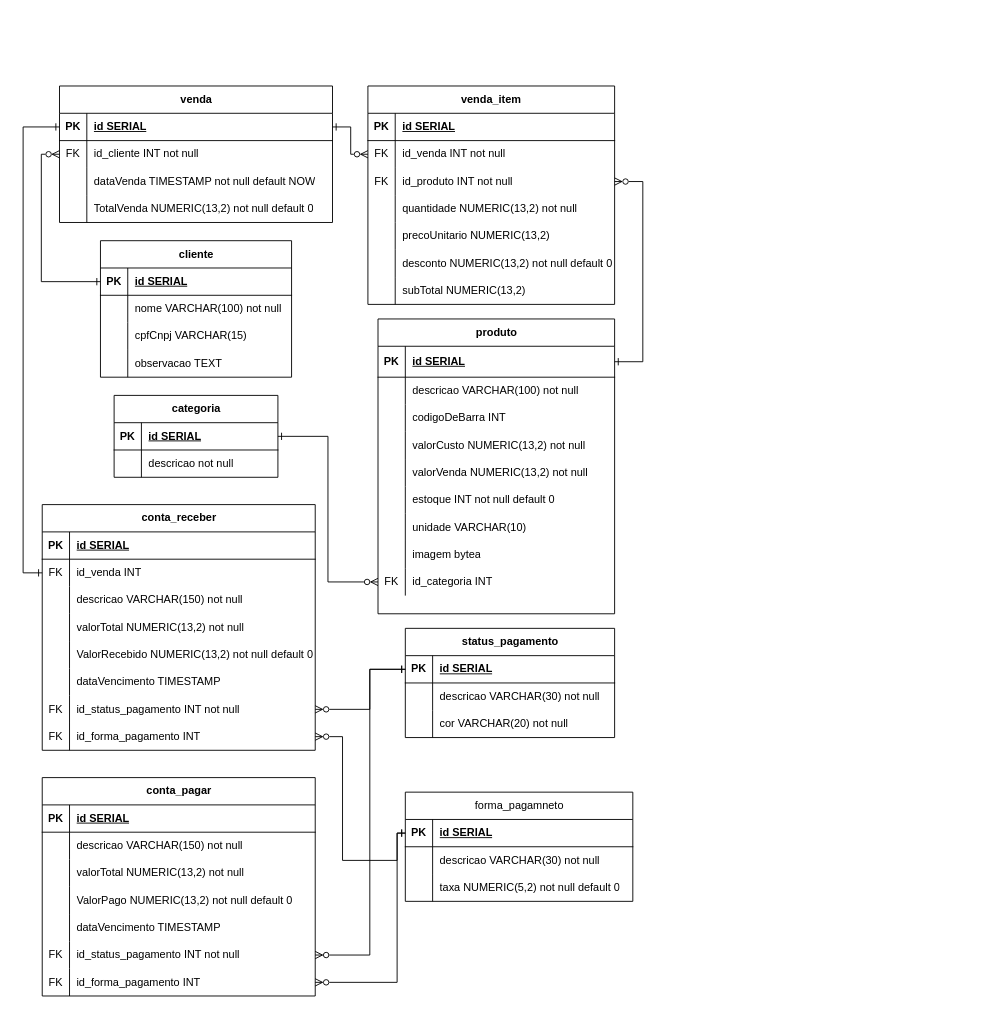
The draw.io diagram MyBusiness-Sales-Manager.drawio in Caique-Rawos/MyBusiness-Sales-Manager, before the edit. Source tidied: cells renumbered, new cells numbered last; positions are measured from the earlier drawing's top-left corner, leaving out a move shared by most shapes. Both pictures are drawn from the tidied source at 91%, with x=0, y=0 at pixel (23, 86).
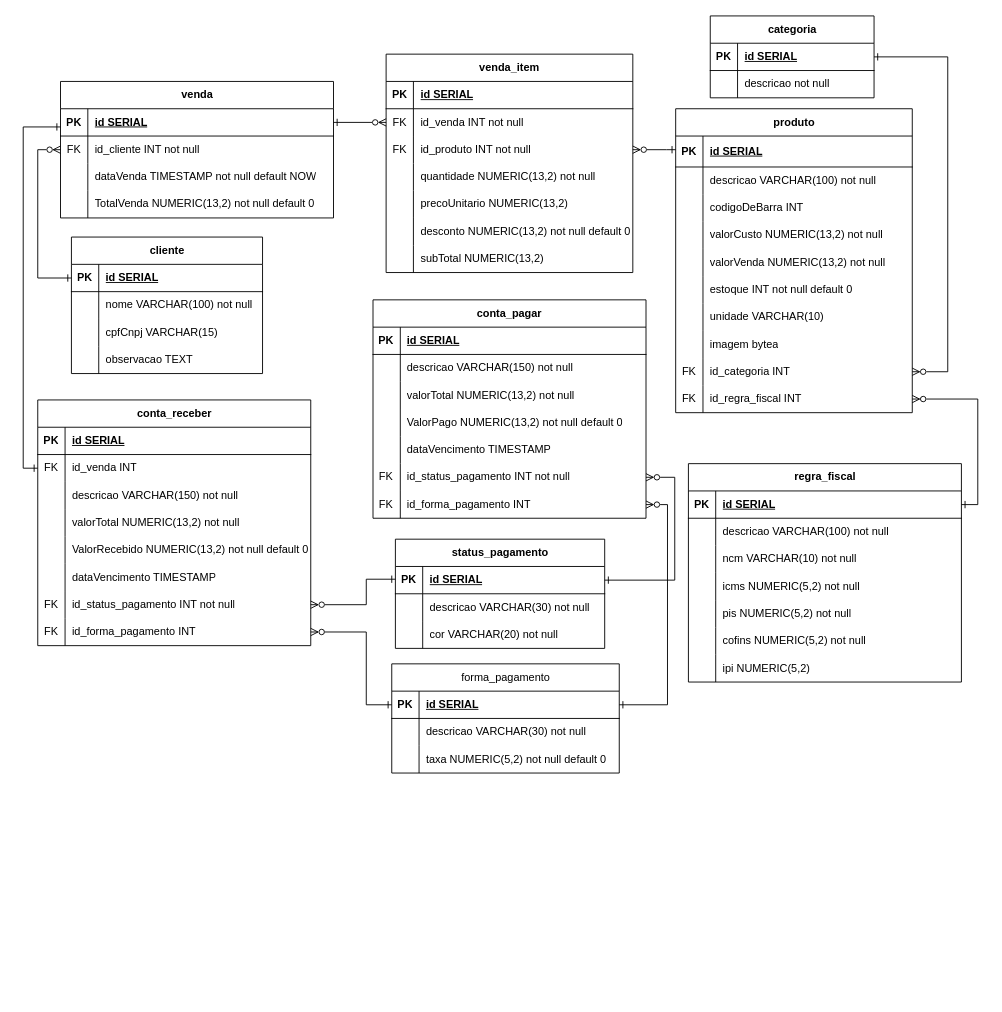
The same diagram, later.

Unchanged cells that the change refers to:
```xml
<mxCell id="3" style="shape=tableRow;horizontal=0;startSize=0;swimlaneHead=0;swimlaneBody=0;fillColor=none;points=[[0,0.5],[1,0.5]];portConstraint=eastwest;top=0;left=0;right=0;bottom=1;" parent="2" vertex="1">
  <mxGeometry y="30" width="260" height="34" as="geometry" />
</mxCell>
<mxCell id="27" style="shape=tableRow;horizontal=0;startSize=0;swimlaneHead=0;swimlaneBody=0;fillColor=none;points=[[0,0.5],[1,0.5]];portConstraint=eastwest;top=0;left=0;right=0;bottom=0;" parent="2" vertex="1">
  <mxGeometry y="274" width="260" height="30" as="geometry" />
</mxCell>
<mxCell id="31" style="shape=tableRow;horizontal=0;startSize=0;swimlaneHead=0;swimlaneBody=0;fillColor=none;points=[[0,0.5],[1,0.5]];portConstraint=eastwest;top=0;left=0;right=0;bottom=1;" parent="30" vertex="1">
  <mxGeometry y="30" width="180" height="30" as="geometry" />
</mxCell>
<mxCell id="39" style="shape=tableRow;horizontal=0;startSize=0;swimlaneHead=0;swimlaneBody=0;fillColor=none;points=[[0,0.5],[1,0.5]];portConstraint=eastwest;top=0;left=0;right=0;bottom=1;" parent="38" vertex="1">
  <mxGeometry y="30" width="300" height="30" as="geometry" />
</mxCell>
<mxCell id="42" style="shape=tableRow;horizontal=0;startSize=0;swimlaneHead=0;swimlaneBody=0;fillColor=none;points=[[0,0.5],[1,0.5]];portConstraint=eastwest;top=0;left=0;right=0;bottom=0;" parent="38" vertex="1">
  <mxGeometry y="60" width="300" height="30" as="geometry" />
</mxCell>
<mxCell id="55" style="shape=tableRow;horizontal=0;startSize=0;swimlaneHead=0;swimlaneBody=0;fillColor=none;points=[[0,0.5],[1,0.5]];portConstraint=eastwest;top=0;left=0;right=0;bottom=0;" parent="51" vertex="1">
  <mxGeometry y="60" width="271.1" height="30" as="geometry" />
</mxCell>
<mxCell id="58" style="shape=tableRow;horizontal=0;startSize=0;swimlaneHead=0;swimlaneBody=0;fillColor=none;points=[[0,0.5],[1,0.5]];portConstraint=eastwest;top=0;left=0;right=0;bottom=0;" parent="51" vertex="1">
  <mxGeometry y="90" width="271.1" height="30" as="geometry" />
</mxCell>
<mxCell id="76" style="shape=tableRow;horizontal=0;startSize=0;swimlaneHead=0;swimlaneBody=0;fillColor=none;points=[[0,0.5],[1,0.5]];portConstraint=eastwest;top=0;left=0;right=0;bottom=1;" parent="75" vertex="1">
  <mxGeometry y="30" width="210" height="30" as="geometry" />
</mxCell>
<mxCell id="93" style="shape=tableRow;horizontal=0;startSize=0;swimlaneHead=0;swimlaneBody=0;fillColor=none;points=[[0,0.5],[1,0.5]];portConstraint=eastwest;top=0;left=0;right=0;bottom=0;" parent="89" vertex="1">
  <mxGeometry y="60" width="300" height="30" as="geometry" />
</mxCell>
<mxCell id="108" style="shape=tableRow;horizontal=0;startSize=0;swimlaneHead=0;swimlaneBody=0;fillColor=none;points=[[0,0.5],[1,0.5]];portConstraint=eastwest;top=0;left=0;right=0;bottom=0;" parent="89" vertex="1">
  <mxGeometry y="210" width="300" height="30" as="geometry" />
</mxCell>
<mxCell id="111" style="shape=tableRow;horizontal=0;startSize=0;swimlaneHead=0;swimlaneBody=0;fillColor=none;points=[[0,0.5],[1,0.5]];portConstraint=eastwest;top=0;left=0;right=0;bottom=0;" parent="89" vertex="1">
  <mxGeometry y="240" width="300" height="30" as="geometry" />
</mxCell>
<mxCell id="115" style="shape=tableRow;horizontal=0;startSize=0;swimlaneHead=0;swimlaneBody=0;fillColor=none;points=[[0,0.5],[1,0.5]];portConstraint=eastwest;top=0;left=0;right=0;bottom=1;" parent="114" vertex="1">
  <mxGeometry y="30" width="230" height="30" as="geometry" />
</mxCell>
<mxCell id="126" style="shape=tableRow;horizontal=0;startSize=0;swimlaneHead=0;swimlaneBody=0;fillColor=none;points=[[0,0.5],[1,0.5]];portConstraint=eastwest;top=0;left=0;right=0;bottom=1;" parent="125" vertex="1">
  <mxGeometry y="30" width="250" height="30" as="geometry" />
</mxCell>
<mxCell id="152" style="shape=tableRow;horizontal=0;startSize=0;swimlaneHead=0;swimlaneBody=0;fillColor=none;points=[[0,0.5],[1,0.5]];portConstraint=eastwest;top=0;left=0;right=0;bottom=0;" parent="136" vertex="1">
  <mxGeometry y="180" width="300" height="30" as="geometry" />
</mxCell>
<mxCell id="155" style="shape=tableRow;horizontal=0;startSize=0;swimlaneHead=0;swimlaneBody=0;fillColor=none;points=[[0,0.5],[1,0.5]];portConstraint=eastwest;top=0;left=0;right=0;bottom=0;" parent="136" vertex="1">
  <mxGeometry y="210" width="300" height="30" as="geometry" />
</mxCell>
```

Change to the diagram source:
```diff
@@
     <mxCell id="2" value="produto" style="shape=table;startSize=30;childLayout=tableLayout;rowLines=0;fontStyle=1;align=center;html=1;" parent="1" vertex="1">
-      <mxGeometry x="389.9" y="256" width="260" height="324" as="geometry" />
+      <mxGeometry x="717" y="25" width="260" height="334" as="geometry" />
     </mxCell>
@@
+    <mxCell id="161" style="shape=tableRow;horizontal=0;startSize=0;swimlaneHead=0;swimlaneBody=0;fillColor=none;points=[[0,0.5],[1,0.5]];portConstraint=eastwest;top=0;left=0;right=0;bottom=0;" parent="2" vertex="1">
+      <mxGeometry y="304" width="260" height="30" as="geometry" />
+    </mxCell>
+    <mxCell id="162" value="FK" style="shape=partialRectangle;fillColor=none;top=0;left=0;bottom=0;right=0;overflow=hidden;whiteSpace=wrap;html=1;" parent="161" vertex="1">
+      <mxGeometry width="30" height="30" as="geometry" />
+    </mxCell>
+    <mxCell id="163" value="id_regra_fiscal INT" style="shape=partialRectangle;fillColor=none;top=0;left=0;bottom=0;right=0;align=left;spacingLeft=6;overflow=hidden;whiteSpace=wrap;html=1;" parent="161" vertex="1">
+      <mxGeometry x="30" width="230" height="30" as="geometry" />
+    </mxCell>
     <mxCell id="30" value="categoria" style="shape=table;startSize=30;childLayout=tableLayout;rowLines=0;fontStyle=1;align=center;html=1;" parent="1" vertex="1">
-      <mxGeometry x="99.9" y="340" width="180" height="90" as="geometry" />
+      <mxGeometry x="755" y="-77" width="180" height="90" as="geometry" />
     </mxCell>
@@
     <mxCell id="37" style="edgeStyle=orthogonalEdgeStyle;rounded=0;jettySize=auto;html=1;endArrow=ERzeroToMany;endFill=0;startArrow=ERone;startFill=0;" parent="1" edge="1" source="31" target="27">
-      <mxGeometry relative="1" as="geometry" />
+      <mxGeometry relative="1" as="geometry">
+        <Array as="points">
+          <mxPoint x="1016" y="-32" />
+          <mxPoint x="1016" y="314" />
+        </Array>
+      </mxGeometry>
     </mxCell>
     <mxCell id="38" value="venda" style="shape=table;startSize=30;childLayout=tableLayout;rowLines=0;fontStyle=1;align=center;html=1;" parent="1" vertex="1">
-      <mxGeometry x="39.9" width="300" height="150" as="geometry" />
+      <mxGeometry x="41" y="-5" width="300" height="150" as="geometry" />
     </mxCell>
@@
     <mxCell id="51" value="venda_item" style="shape=table;startSize=30;childLayout=tableLayout;rowLines=0;fontStyle=1;align=center;html=1;" parent="1" vertex="1">
-      <mxGeometry x="378.8" width="271.1" height="240" as="geometry" />
+      <mxGeometry x="398.8" y="-35" width="271.1" height="240" as="geometry" />
     </mxCell>
@@
-    <mxCell id="73" style="edgeStyle=orthogonalEdgeStyle;rounded=0;jettySize=auto;html=1;entryX=0;entryY=0.5;entryDx=0;entryDy=0;startArrow=ERone;startFill=0;endArrow=ERzeroToMany;endFill=0;" parent="1" edge="1" source="39" target="55">
+    <mxCell id="73" style="edgeStyle=orthogonalEdgeStyle;rounded=0;jettySize=auto;html=1;startArrow=ERone;startFill=0;endArrow=ERzeroToMany;endFill=0;" parent="1" edge="1" source="39" target="55">
       <mxGeometry relative="1" as="geometry" />
     </mxCell>
-    <mxCell id="74" style="edgeStyle=orthogonalEdgeStyle;rounded=0;jettySize=auto;html=1;entryX=1;entryY=0.5;entryDx=0;entryDy=0;startArrow=ERone;startFill=0;endArrow=ERzeroToMany;endFill=0;exitX=1;exitY=0.5;exitDx=0;exitDy=0;" parent="1" edge="1" source="3" target="58">
+    <mxCell id="74" style="edgeStyle=orthogonalEdgeStyle;rounded=0;jettySize=auto;html=1;startArrow=ERone;startFill=0;endArrow=ERzeroToMany;endFill=0;" parent="1" edge="1" source="3" target="58">
       <mxGeometry relative="1" as="geometry">
         <Array as="points">
-          <mxPoint x="680.9" y="303" />
-          <mxPoint x="680.9" y="105" />
+          <mxPoint x="707" y="70" />
+          <mxPoint x="707" y="70" />
         </Array>
       </mxGeometry>
     </mxCell>
     <mxCell id="75" value="cliente" style="shape=table;startSize=30;childLayout=tableLayout;rowLines=0;fontStyle=1;align=center;html=1;" parent="1" vertex="1">
-      <mxGeometry x="84.9" y="170" width="210" height="150" as="geometry" />
+      <mxGeometry x="53" y="166" width="210" height="150" as="geometry" />
     </mxCell>
@@
-    <mxCell id="88" style="edgeStyle=orthogonalEdgeStyle;rounded=0;jettySize=auto;html=1;entryX=0;entryY=0.5;entryDx=0;entryDy=0;startArrow=ERone;startFill=0;endArrow=ERzeroToMany;endFill=0;" parent="1" edge="1" source="76" target="42">
-      <mxGeometry relative="1" as="geometry" />
+    <mxCell id="88" style="edgeStyle=orthogonalEdgeStyle;rounded=0;jettySize=auto;html=1;startArrow=ERone;startFill=0;endArrow=ERzeroToMany;endFill=0;exitX=0;exitY=0.5;exitDx=0;exitDy=0;entryX=0;entryY=0.5;entryDx=0;entryDy=0;" parent="1" edge="1" source="76" target="42">
+      <mxGeometry relative="1" as="geometry">
+        <Array as="points">
+          <mxPoint x="16" y="211" />
+          <mxPoint x="16" y="70" />
+        </Array>
+      </mxGeometry>
     </mxCell>
     <mxCell id="89" value="conta_receber" style="shape=table;startSize=30;childLayout=tableLayout;rowLines=0;fontStyle=1;align=center;html=1;" parent="1" vertex="1">
-      <mxGeometry x="20.9" y="460" width="300" height="270" as="geometry" />
+      <mxGeometry x="16" y="345" width="300" height="270" as="geometry" />
     </mxCell>
@@
     <mxCell id="114" value="status_pagamento" style="shape=table;startSize=30;childLayout=tableLayout;rowLines=0;fontStyle=1;align=center;html=1;" parent="1" vertex="1">
-      <mxGeometry x="419.9" y="596" width="230" height="120" as="geometry" />
+      <mxGeometry x="409" y="498" width="230" height="120" as="geometry" />
     </mxCell>
@@
     <mxCell id="124" style="edgeStyle=orthogonalEdgeStyle;rounded=0;jettySize=auto;html=1;entryX=1;entryY=0.5;entryDx=0;entryDy=0;startArrow=ERone;startFill=0;endArrow=ERzeroToMany;endFill=0;" parent="1" edge="1" source="115" target="108">
       <mxGeometry relative="1" as="geometry">
         <Array as="points">
-          <mxPoint x="380.9" y="641" />
-          <mxPoint x="380.9" y="685" />
+          <mxPoint x="377" y="542" />
+          <mxPoint x="377" y="570" />
         </Array>
       </mxGeometry>
     </mxCell>
-    <mxCell id="125" value="forma_pagamneto" style="shape=table;startSize=30;childLayout=tableLayout;rowLines=0;fontStyle=0;align=center;html=1;" parent="1" vertex="1">
-      <mxGeometry x="419.9" y="776" width="250" height="120" as="geometry" />
+    <mxCell id="125" value="forma_pagamento" style="shape=table;startSize=30;childLayout=tableLayout;rowLines=0;fontStyle=0;align=center;html=1;" parent="1" vertex="1">
+      <mxGeometry x="405" y="635" width="250" height="120" as="geometry" />
     </mxCell>
@@
     <mxCell id="135" style="edgeStyle=orthogonalEdgeStyle;rounded=0;jettySize=auto;html=1;startArrow=ERone;startFill=0;endArrow=ERzeroToMany;endFill=0;entryX=1;entryY=0.5;entryDx=0;entryDy=0;" parent="1" edge="1" source="126" target="111">
       <mxGeometry relative="1" as="geometry">
         <Array as="points">
-          <mxPoint x="410.9" y="821" />
-          <mxPoint x="410.9" y="851" />
-          <mxPoint x="350.9" y="851" />
-          <mxPoint x="350.9" y="715" />
+          <mxPoint x="377" y="680" />
+          <mxPoint x="377" y="600" />
         </Array>
       </mxGeometry>
     </mxCell>
     <mxCell id="136" value="conta_pagar" style="shape=table;startSize=30;childLayout=tableLayout;rowLines=0;fontStyle=1;align=center;html=1;" parent="1" vertex="1">
-      <mxGeometry x="20.9" y="760" width="300" height="240" as="geometry" />
+      <mxGeometry x="384.4" y="235" width="300" height="240" as="geometry" />
     </mxCell>
@@
     <mxCell id="158" style="edgeStyle=orthogonalEdgeStyle;rounded=0;jettySize=auto;html=1;entryX=1;entryY=0.5;entryDx=0;entryDy=0;endArrow=ERzeroToMany;endFill=0;startArrow=ERone;startFill=0;" parent="1" edge="1" source="126" target="155">
       <mxGeometry relative="1" as="geometry">
         <Array as="points">
-          <mxPoint x="410.9" y="821" />
-          <mxPoint x="410.9" y="985" />
+          <mxPoint x="708" y="680" />
+          <mxPoint x="708" y="460" />
         </Array>
       </mxGeometry>
     </mxCell>
-    <mxCell id="159" style="edgeStyle=orthogonalEdgeStyle;rounded=0;jettySize=auto;html=1;startArrow=ERone;startFill=0;endArrow=ERzeroToMany;endFill=0;entryX=1;entryY=0.5;entryDx=0;entryDy=0;" parent="1" edge="1" source="115" target="152">
+    <mxCell id="159" style="edgeStyle=orthogonalEdgeStyle;rounded=0;jettySize=auto;html=1;startArrow=ERone;startFill=0;endArrow=ERzeroToMany;endFill=0;" parent="1" edge="1" source="115" target="152">
       <mxGeometry relative="1" as="geometry">
         <Array as="points">
-          <mxPoint x="380.9" y="641" />
-          <mxPoint x="380.9" y="955" />
+          <mxPoint x="716" y="543" />
+          <mxPoint x="716" y="430" />
         </Array>
       </mxGeometry>
     </mxCell>
-    <mxCell id="160" style="edgeStyle=orthogonalEdgeStyle;rounded=0;jettySize=auto;html=1;startArrow=ERone;startFill=0;endArrow=ERone;endFill=0;exitX=0;exitY=0.5;exitDx=0;exitDy=0;entryX=0;entryY=0.5;entryDx=0;entryDy=0;" parent="1" edge="1" source="39" target="93">
+    <mxCell id="160" style="edgeStyle=orthogonalEdgeStyle;rounded=0;jettySize=auto;html=1;startArrow=ERone;startFill=0;endArrow=ERone;endFill=0;entryX=0;entryY=0.5;entryDx=0;entryDy=0;" parent="1" edge="1" source="39" target="93">
       <mxGeometry relative="1" as="geometry">
         <Array as="points">
-          <mxPoint x="-0.1" y="45" />
-          <mxPoint x="-0.1" y="535" />
+          <mxPoint y="45" />
+          <mxPoint y="420" />
         </Array>
       </mxGeometry>
     </mxCell>
+    <mxCell id="164" value="regra_fiscal" style="shape=table;startSize=30;childLayout=tableLayout;rowLines=0;fontStyle=1;align=center;html=1;" parent="1" vertex="1">
+      <mxGeometry x="731" y="415" width="300" height="240" as="geometry" />
+    </mxCell>
+    <mxCell id="165" style="shape=tableRow;horizontal=0;startSize=0;swimlaneHead=0;swimlaneBody=0;fillColor=none;points=[[0,0.5],[1,0.5]];portConstraint=eastwest;top=0;left=0;right=0;bottom=1;" parent="164" vertex="1">
+      <mxGeometry y="30" width="300" height="30" as="geometry" />
+    </mxCell>
+    <mxCell id="166" value="PK" style="shape=partialRectangle;fillColor=none;top=0;left=0;bottom=0;right=0;fontStyle=1;overflow=hidden;whiteSpace=wrap;html=1;" parent="165" vertex="1">
+      <mxGeometry width="30" height="30" as="geometry" />
+    </mxCell>
+    <mxCell id="167" value="id SERIAL" style="shape=partialRectangle;fillColor=none;top=0;left=0;bottom=0;right=0;align=left;spacingLeft=6;fontStyle=5;overflow=hidden;whiteSpace=wrap;html=1;" parent="165" vertex="1">
+      <mxGeometry x="30" width="270" height="30" as="geometry" />
+    </mxCell>
+    <mxCell id="168" style="shape=tableRow;horizontal=0;startSize=0;swimlaneHead=0;swimlaneBody=0;fillColor=none;top=0;left=0;right=0;bottom=0;" parent="164" vertex="1">
+      <mxGeometry y="60" width="300" height="30" as="geometry" />
+    </mxCell>
+    <mxCell id="169" style="shape=partialRectangle;fillColor=none;top=0;left=0;bottom=0;right=0;overflow=hidden;whiteSpace=wrap;html=1;" parent="168" vertex="1">
+      <mxGeometry width="30" height="30" as="geometry" />
+    </mxCell>
+    <mxCell id="170" value="descricao VARCHAR(100) not null" style="shape=partialRectangle;fillColor=none;top=0;left=0;bottom=0;right=0;align=left;spacingLeft=6;overflow=hidden;whiteSpace=wrap;html=1;" parent="168" vertex="1">
+      <mxGeometry x="30" width="270" height="30" as="geometry" />
+    </mxCell>
+    <mxCell id="171" style="shape=tableRow;horizontal=0;startSize=0;swimlaneHead=0;swimlaneBody=0;fillColor=none;top=0;left=0;right=0;bottom=0;" parent="164" vertex="1">
+      <mxGeometry y="90" width="300" height="30" as="geometry" />
+    </mxCell>
+    <mxCell id="172" style="shape=partialRectangle;fillColor=none;top=0;left=0;bottom=0;right=0;overflow=hidden;whiteSpace=wrap;html=1;" parent="171" vertex="1">
+      <mxGeometry width="30" height="30" as="geometry" />
+    </mxCell>
+    <mxCell id="173" value="ncm VARCHAR(10) not null" style="shape=partialRectangle;fillColor=none;top=0;left=0;bottom=0;right=0;align=left;spacingLeft=6;overflow=hidden;whiteSpace=wrap;html=1;" parent="171" vertex="1">
+      <mxGeometry x="30" width="270" height="30" as="geometry" />
+    </mxCell>
+    <mxCell id="174" style="shape=tableRow;horizontal=0;startSize=0;swimlaneHead=0;swimlaneBody=0;fillColor=none;top=0;left=0;right=0;bottom=0;" parent="164" vertex="1">
+      <mxGeometry y="120" width="300" height="30" as="geometry" />
+    </mxCell>
+    <mxCell id="175" style="shape=partialRectangle;fillColor=none;top=0;left=0;bottom=0;right=0;overflow=hidden;whiteSpace=wrap;html=1;" parent="174" vertex="1">
+      <mxGeometry width="30" height="30" as="geometry" />
+    </mxCell>
+    <mxCell id="176" value="icms NUMERIC(5,2) not null" style="shape=partialRectangle;fillColor=none;top=0;left=0;bottom=0;right=0;align=left;spacingLeft=6;overflow=hidden;whiteSpace=wrap;html=1;" parent="174" vertex="1">
+      <mxGeometry x="30" width="270" height="30" as="geometry" />
+    </mxCell>
+    <mxCell id="177" style="shape=tableRow;horizontal=0;startSize=0;swimlaneHead=0;swimlaneBody=0;fillColor=none;top=0;left=0;right=0;bottom=0;" parent="164" vertex="1">
+      <mxGeometry y="150" width="300" height="30" as="geometry" />
+    </mxCell>
+    <mxCell id="178" style="shape=partialRectangle;fillColor=none;top=0;left=0;bottom=0;right=0;overflow=hidden;whiteSpace=wrap;html=1;" parent="177" vertex="1">
+      <mxGeometry width="30" height="30" as="geometry" />
+    </mxCell>
+    <mxCell id="179" value="pis NUMERIC(5,2) not null" style="shape=partialRectangle;fillColor=none;top=0;left=0;bottom=0;right=0;align=left;spacingLeft=6;overflow=hidden;whiteSpace=wrap;html=1;" parent="177" vertex="1">
+      <mxGeometry x="30" width="270" height="30" as="geometry" />
+    </mxCell>
+    <mxCell id="180" style="shape=tableRow;horizontal=0;startSize=0;swimlaneHead=0;swimlaneBody=0;fillColor=none;top=0;left=0;right=0;bottom=0;" parent="164" vertex="1">
+      <mxGeometry y="180" width="300" height="30" as="geometry" />
+    </mxCell>
+    <mxCell id="181" style="shape=partialRectangle;fillColor=none;top=0;left=0;bottom=0;right=0;overflow=hidden;whiteSpace=wrap;html=1;" parent="180" vertex="1">
+      <mxGeometry width="30" height="30" as="geometry" />
+    </mxCell>
+    <mxCell id="182" value="cofins NUMERIC(5,2) not null" style="shape=partialRectangle;fillColor=none;top=0;left=0;bottom=0;right=0;align=left;spacingLeft=6;overflow=hidden;whiteSpace=wrap;html=1;" parent="180" vertex="1">
+      <mxGeometry x="30" width="270" height="30" as="geometry" />
+    </mxCell>
+    <mxCell id="183" style="shape=tableRow;horizontal=0;startSize=0;swimlaneHead=0;swimlaneBody=0;fillColor=none;top=0;left=0;right=0;bottom=0;" parent="164" vertex="1">
+      <mxGeometry y="210" width="300" height="30" as="geometry" />
+    </mxCell>
+    <mxCell id="184" style="shape=partialRectangle;fillColor=none;top=0;left=0;bottom=0;right=0;overflow=hidden;whiteSpace=wrap;html=1;" parent="183" vertex="1">
+      <mxGeometry width="30" height="30" as="geometry" />
+    </mxCell>
+    <mxCell id="185" value="ipi NUMERIC(5,2)" style="shape=partialRectangle;fillColor=none;top=0;left=0;bottom=0;right=0;align=left;spacingLeft=6;overflow=hidden;whiteSpace=wrap;html=1;" parent="183" vertex="1">
+      <mxGeometry x="30" width="270" height="30" as="geometry" />
+    </mxCell>
+    <mxCell id="186" style="edgeStyle=orthogonalEdgeStyle;rounded=0;jettySize=auto;html=1;endArrow=ERzeroToMany;endFill=0;startArrow=ERone;startFill=0;entryX=1;entryY=0.5;entryDx=0;entryDy=0;" parent="1" edge="1" source="165" target="161">
+      <mxGeometry relative="1" as="geometry">
+        <Array as="points">
+          <mxPoint x="1049" y="460" />
+          <mxPoint x="1049" y="344" />
+        </Array>
+      </mxGeometry>
+    </mxCell>
```
